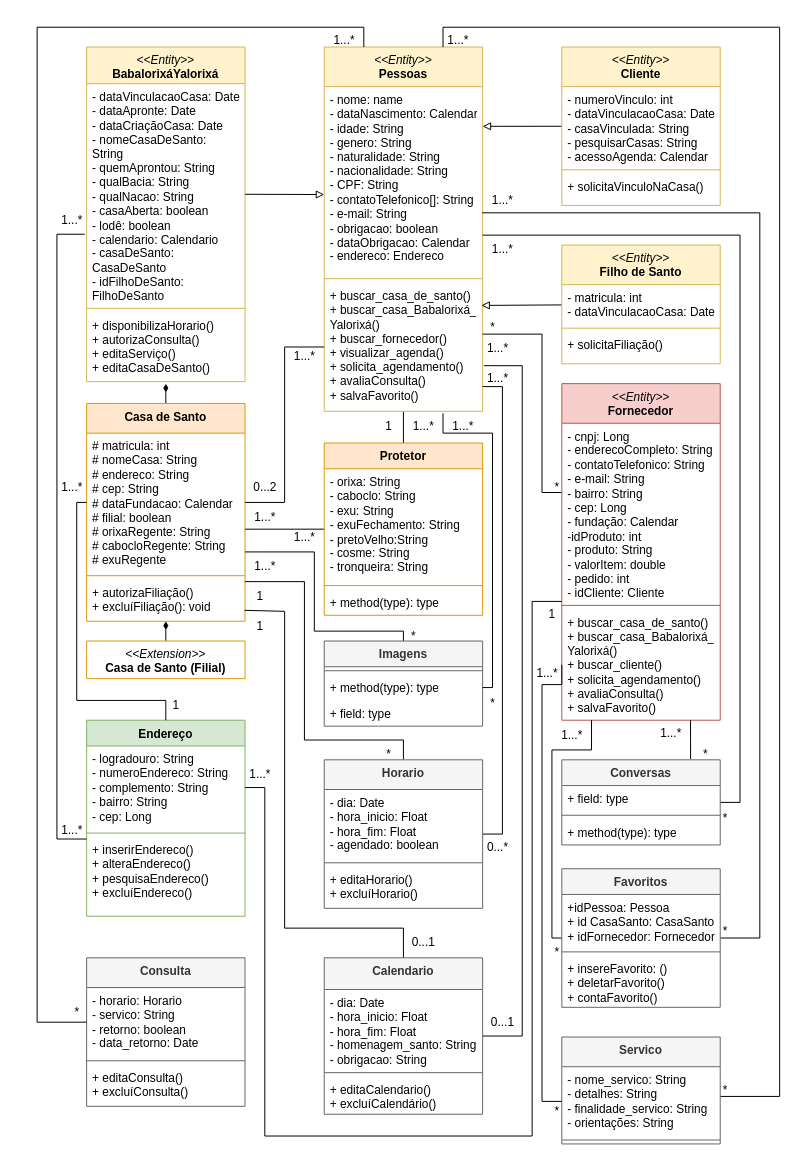
Before: DiagramaDeClasseSarava.drawio in AlexCarvalhovisk/sarava, a draw.io diagram. Source tidied: cells renumbered, new cells numbered last; positions are measured from the earlier drawing's top-left corner, leaving out a move shared by most shapes. Both pictures are drawn from the tidied source at 99%, with x=0, y=0 at pixel (37, 25).
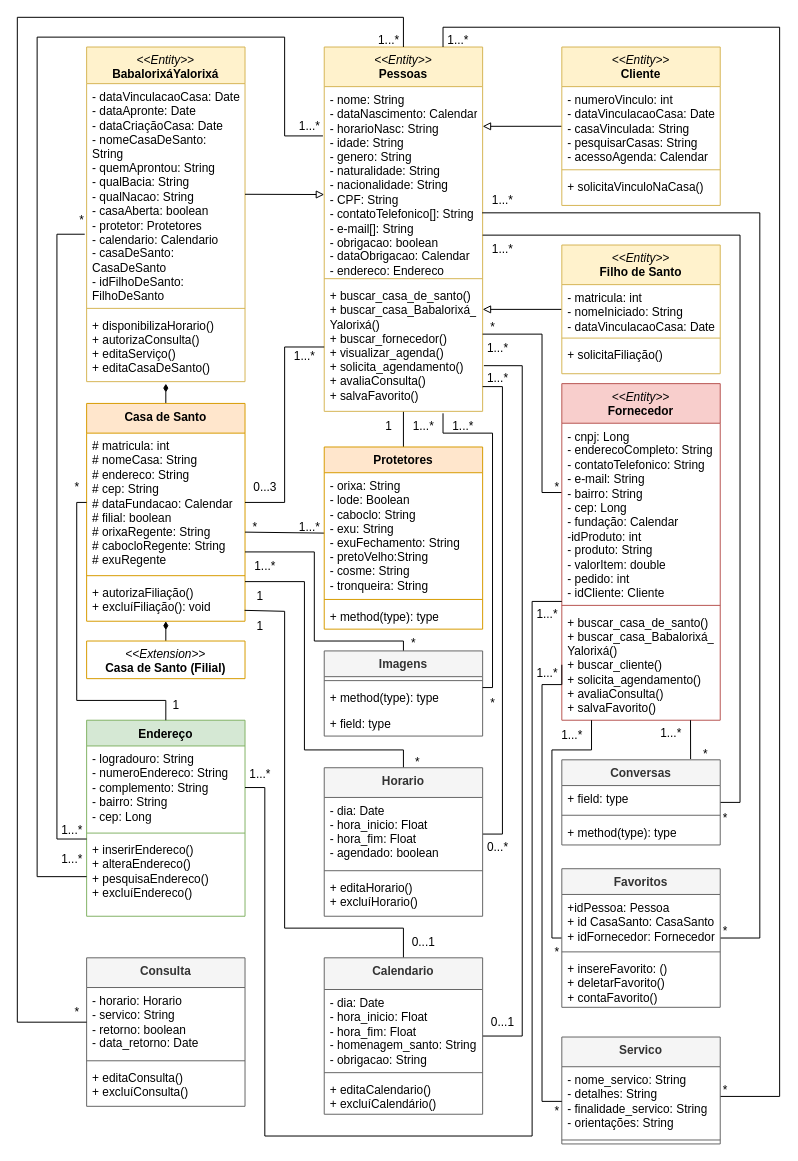
The same diagram, later.

The change refers to these unchanged cells:
```xml
<mxCell id="3" value="&lt;i style=&quot;border-color: var(--border-color); font-weight: 400;&quot;&gt;&amp;lt;&amp;lt;Entity&amp;gt;&amp;gt;&lt;/i&gt;&lt;br&gt;Pessoas" style="swimlane;fontStyle=1;align=center;verticalAlign=top;horizontal=1;startSize=40;whiteSpace=wrap;html=1;fillColor=#fff2cc;strokeColor=#d6b656;" parent="1" vertex="1">
  <mxGeometry x="290" y="22" width="160" height="368" as="geometry" />
</mxCell>
<mxCell id="6" value="+ buscar_casa_de_santo()&lt;br&gt;+ buscar_casa_Babalorixá_&lt;br&gt;Yalorixá()&lt;br&gt;+ buscar_fornecedor()&lt;br&gt;+ visualizar_agenda()&lt;br&gt;+ solicita_agendamento()&lt;br&gt;+ avaliaConsulta()&lt;br&gt;+ salvaFavorito()" style="text;strokeColor=none;fillColor=none;align=left;verticalAlign=top;spacingLeft=4;spacingRight=4;overflow=hidden;points=[[0,0.5],[1,0.5]];portConstraint=eastwest;whiteSpace=wrap;html=1;" parent="3" vertex="1">
  <mxGeometry y="238" width="160" height="130" as="geometry" />
</mxCell>
<mxCell id="22" value="&lt;i style=&quot;font-weight: normal;&quot;&gt;&amp;lt;&amp;lt;Entity&amp;gt;&amp;gt;&lt;br&gt;&lt;/i&gt;BabalorixáYalorixá" style="swimlane;fontStyle=1;align=center;verticalAlign=top;horizontal=1;startSize=37;whiteSpace=wrap;html=1;fillColor=#fff2cc;strokeColor=#d6b656;" parent="1" vertex="1">
  <mxGeometry x="50" y="22" width="160" height="338" as="geometry" />
</mxCell>
<mxCell id="28" value="# matricula: int&lt;br&gt;# nomeCasa: String&lt;br&gt;# endereco: String&lt;br&gt;# cep: String&lt;br&gt;# dataFundacao: Calendar&lt;br&gt;# filial: boolean&lt;br&gt;# orixaRegente: String&lt;br&gt;# cabocloRegente: String&lt;br&gt;# exuRegente" style="text;strokeColor=none;fillColor=none;align=left;verticalAlign=top;spacingLeft=4;spacingRight=4;overflow=hidden;points=[[0,0.5],[1,0.5]];portConstraint=eastwest;whiteSpace=wrap;html=1;" parent="27" vertex="1">
  <mxGeometry y="30" width="160" height="140" as="geometry" />
</mxCell>
<mxCell id="40" value="- horario: Horario&lt;br&gt;- servico: String&lt;br&gt;- retorno: boolean&lt;br&gt;- data_retorno: Date" style="text;strokeColor=none;fillColor=none;align=left;verticalAlign=top;spacingLeft=4;spacingRight=4;overflow=hidden;points=[[0,0.5],[1,0.5]];portConstraint=eastwest;whiteSpace=wrap;html=1;" parent="39" vertex="1">
  <mxGeometry y="30" width="160" height="70" as="geometry" />
</mxCell>
<mxCell id="56" value="+ inserirEndereco()&lt;br&gt;+ alteraEndereco()&lt;br&gt;+ pesquisaEndereco()&lt;br&gt;+ excluíEndereco()" style="text;strokeColor=none;fillColor=none;align=left;verticalAlign=top;spacingLeft=4;spacingRight=4;overflow=hidden;points=[[0,0.5],[1,0.5]];portConstraint=eastwest;whiteSpace=wrap;html=1;" parent="53" vertex="1">
  <mxGeometry y="118" width="160" height="80" as="geometry" />
</mxCell>
```

Diff of the diagram source:
```diff
@@
-    <mxCell id="4" value="- nome: name&lt;br&gt;- dataNascimento: Calendar&lt;br&gt;- idade: String&lt;br&gt;- genero: String&lt;br&gt;- naturalidade: String&lt;br&gt;- nacionalidade: String&lt;br&gt;- CPF: String&lt;br&gt;- contatoTelefonico[]: String&lt;br&gt;- e-mail: String&lt;br&gt;- obrigacao: boolean&lt;br&gt;- dataObrigacao: Calendar&lt;br&gt;- endereco: Endereco" style="text;strokeColor=none;fillColor=none;align=left;verticalAlign=top;spacingLeft=4;spacingRight=4;overflow=hidden;points=[[0,0.5],[1,0.5]];portConstraint=eastwest;whiteSpace=wrap;html=1;" parent="3" vertex="1">
+    <mxCell id="4" value="- nome: String&lt;br&gt;- dataNascimento: Calendar&lt;br&gt;- horarioNasc: String&lt;br&gt;- idade: String&lt;br&gt;- genero: String&lt;br&gt;- naturalidade: String&lt;br&gt;- nacionalidade: String&lt;br&gt;- CPF: String&lt;br&gt;- contatoTelefonico[]: String&lt;br&gt;- e-mail[]: String&lt;br&gt;- obrigacao: boolean&lt;br&gt;- dataObrigacao: Calendar&lt;br&gt;- endereco: Endereco" style="text;strokeColor=none;fillColor=none;align=left;verticalAlign=top;spacingLeft=4;spacingRight=4;overflow=hidden;points=[[0,0.5],[1,0.5]];portConstraint=eastwest;whiteSpace=wrap;html=1;" parent="3" vertex="1">
       <mxGeometry y="40" width="160" height="190" as="geometry" />
     </mxCell>
@@
-    <mxCell id="7" style="rounded=0;jettySize=auto;html=1;endArrow=block;endFill=0;entryX=0.992;entryY=0.177;entryDx=0;entryDy=0;entryPerimeter=0;" parent="1" edge="1" source="8" target="6">
-      <mxGeometry relative="1" as="geometry" />
+    <mxCell id="7" style="rounded=0;jettySize=auto;html=1;endArrow=block;endFill=0;" parent="1" edge="1" source="8">
+      <mxGeometry relative="1" as="geometry">
+        <mxPoint x="450" y="287" as="targetPoint" />
+      </mxGeometry>
     </mxCell>
     <mxCell id="8" value="&lt;i style=&quot;border-color: var(--border-color); font-weight: 400;&quot;&gt;&amp;lt;&amp;lt;Entity&amp;gt;&amp;gt;&lt;/i&gt;&lt;br&gt;Filho de Santo" style="swimlane;fontStyle=1;align=center;verticalAlign=top;horizontal=1;startSize=40;whiteSpace=wrap;html=1;fillColor=#fff2cc;strokeColor=#d6b656;" parent="1" vertex="1">
-      <mxGeometry x="530" y="222" width="160" height="120" as="geometry" />
+      <mxGeometry x="530" y="222" width="160" height="130" as="geometry" />
     </mxCell>
-    <mxCell id="9" value="- matricula: int&lt;br&gt;- dataVinculacaoCasa: Date" style="text;strokeColor=none;fillColor=none;align=left;verticalAlign=top;spacingLeft=4;spacingRight=4;overflow=hidden;whiteSpace=wrap;html=1;" parent="8" vertex="1">
-      <mxGeometry y="40" width="160" height="40" as="geometry" />
+    <mxCell id="9" value="- matricula: int&lt;br&gt;- nomeIniciado: String&lt;br style=&quot;border-color: var(--border-color);&quot;&gt;- dataVinculacaoCasa: Date" style="text;strokeColor=none;fillColor=none;align=left;verticalAlign=top;spacingLeft=4;spacingRight=4;overflow=hidden;whiteSpace=wrap;html=1;" parent="8" vertex="1">
+      <mxGeometry y="40" width="160" height="50" as="geometry" />
     </mxCell>
     <mxCell id="10" style="line;strokeWidth=1;fillColor=none;align=left;verticalAlign=middle;spacingTop=-1;spacingLeft=3;spacingRight=3;labelPosition=right;strokeColor=inherit;" parent="8" vertex="1">
-      <mxGeometry y="80" width="160" height="8" as="geometry" />
+      <mxGeometry y="90" width="160" height="8" as="geometry" />
     </mxCell>
     <mxCell id="11" value="+ solicitaFiliação()" style="text;strokeColor=none;fillColor=none;align=left;verticalAlign=top;spacingLeft=4;spacingRight=4;overflow=hidden;whiteSpace=wrap;html=1;" parent="8" vertex="1">
-      <mxGeometry y="88" width="160" height="32" as="geometry" />
+      <mxGeometry y="98" width="160" height="32" as="geometry" />
     </mxCell>
@@
-    <mxCell id="23" value="- dataVinculacaoCasa: Date&lt;br style=&quot;border-color: var(--border-color);&quot;&gt;- dataApronte: Date&lt;br&gt;- dataCriaçãoCasa: Date&lt;br&gt;- nomeCasaDeSanto: String&lt;br&gt;- quemAprontou: String&lt;br&gt;- qualBacia: String&lt;br&gt;- qualNacao: String&lt;br&gt;- casaAberta: boolean&lt;br&gt;- lodê: boolean&lt;br&gt;- calendario: Calendario&lt;br&gt;- casaDeSanto: CasaDeSanto&lt;br&gt;- idFilhoDeSanto: FilhoDeSanto" style="text;strokeColor=none;fillColor=none;align=left;verticalAlign=top;spacingLeft=4;spacingRight=4;overflow=hidden;points=[[0,0.5],[1,0.5]];portConstraint=eastwest;whiteSpace=wrap;html=1;" parent="22" vertex="1">
+    <mxCell id="23" value="- dataVinculacaoCasa: Date&lt;br style=&quot;border-color: var(--border-color);&quot;&gt;- dataApronte: Date&lt;br&gt;- dataCriaçãoCasa: Date&lt;br&gt;- nomeCasaDeSanto: String&lt;br&gt;- quemAprontou: String&lt;br&gt;- qualBacia: String&lt;br&gt;- qualNacao: String&lt;br&gt;- casaAberta: boolean&lt;br&gt;- protetor: Protetores&lt;br&gt;- calendario: Calendario&lt;br&gt;- casaDeSanto: CasaDeSanto&lt;br&gt;- idFilhoDeSanto: FilhoDeSanto" style="text;strokeColor=none;fillColor=none;align=left;verticalAlign=top;spacingLeft=4;spacingRight=4;overflow=hidden;points=[[0,0.5],[1,0.5]];portConstraint=eastwest;whiteSpace=wrap;html=1;" parent="22" vertex="1">
       <mxGeometry y="37" width="160" height="223" as="geometry" />
     </mxCell>
@@
     <mxCell id="33" style="edgeStyle=orthogonalEdgeStyle;rounded=0;jettySize=auto;html=1;endArrow=none;endFill=0;exitX=0.5;exitY=0;exitDx=0;exitDy=0;" parent="1" edge="1" source="35">
       <mxGeometry relative="1" as="geometry">
         <mxPoint x="210" y="562" as="targetPoint" />
         <Array as="points">
-          <mxPoint x="370" y="722" />
-          <mxPoint x="270" y="722" />
+          <mxPoint x="370" y="732" />
+          <mxPoint x="270" y="732" />
           <mxPoint x="270" y="562" />
         </Array>
       </mxGeometry>
     </mxCell>
@@
     <mxCell id="35" value="Horario" style="swimlane;fontStyle=1;align=center;verticalAlign=top;horizontal=1;startSize=30;whiteSpace=wrap;html=1;fillColor=#f5f5f5;fontColor=#333333;strokeColor=#666666;" parent="1" vertex="1">
-      <mxGeometry x="290" y="742" width="160" height="150" as="geometry" />
+      <mxGeometry x="290" y="750" width="160" height="150" as="geometry" />
     </mxCell>
@@
-    <mxCell id="57" style="rounded=0;jettySize=auto;html=1;endArrow=none;endFill=0;entryX=1;entryY=0.693;entryDx=0;entryDy=0;entryPerimeter=0;" parent="1" edge="1" source="58" target="28">
-      <mxGeometry relative="1" as="geometry" />
+    <mxCell id="57" style="rounded=0;jettySize=auto;html=1;endArrow=none;endFill=0;" parent="1" edge="1" source="59">
+      <mxGeometry relative="1" as="geometry">
+        <mxPoint x="210" y="512" as="targetPoint" />
+      </mxGeometry>
     </mxCell>
-    <mxCell id="58" value="Protetor" style="swimlane;fontStyle=1;align=center;verticalAlign=top;horizontal=1;startSize=26;whiteSpace=wrap;html=1;fillColor=#ffe6cc;strokeColor=#d79b00;" parent="1" vertex="1">
-      <mxGeometry x="290" y="422" width="160" height="174" as="geometry" />
+    <mxCell id="58" value="Protetores" style="swimlane;fontStyle=1;align=center;verticalAlign=top;horizontal=1;startSize=26;whiteSpace=wrap;html=1;fillColor=#ffe6cc;strokeColor=#d79b00;" parent="1" vertex="1">
+      <mxGeometry x="290" y="426" width="160" height="184" as="geometry" />
     </mxCell>
-    <mxCell id="59" value="- orixa: String&lt;br style=&quot;border-color: var(--border-color);&quot;&gt;- caboclo: String&lt;br style=&quot;border-color: var(--border-color);&quot;&gt;- exu: String&lt;br style=&quot;border-color: var(--border-color);&quot;&gt;- exuFechamento: String&lt;br style=&quot;border-color: var(--border-color);&quot;&gt;- pretoVelho:String&lt;br style=&quot;border-color: var(--border-color);&quot;&gt;- cosme: String&lt;br style=&quot;border-color: var(--border-color);&quot;&gt;- tronqueira: String" style="text;strokeColor=none;fillColor=none;align=left;verticalAlign=top;spacingLeft=4;spacingRight=4;overflow=hidden;points=[[0,0.5],[1,0.5]];portConstraint=eastwest;whiteSpace=wrap;html=1;" parent="58" vertex="1">
-      <mxGeometry y="26" width="160" height="114" as="geometry" />
+    <mxCell id="59" value="- orixa: String&lt;br&gt;- lode: Boolean&lt;br style=&quot;border-color: var(--border-color);&quot;&gt;- caboclo: String&lt;br style=&quot;border-color: var(--border-color);&quot;&gt;- exu: String&lt;br style=&quot;border-color: var(--border-color);&quot;&gt;- exuFechamento: String&lt;br style=&quot;border-color: var(--border-color);&quot;&gt;- pretoVelho:String&lt;br style=&quot;border-color: var(--border-color);&quot;&gt;- cosme: String&lt;br style=&quot;border-color: var(--border-color);&quot;&gt;- tronqueira: String" style="text;strokeColor=none;fillColor=none;align=left;verticalAlign=top;spacingLeft=4;spacingRight=4;overflow=hidden;points=[[0,0.5],[1,0.5]];portConstraint=eastwest;whiteSpace=wrap;html=1;" parent="58" vertex="1">
+      <mxGeometry y="26" width="160" height="124" as="geometry" />
     </mxCell>
     <mxCell id="60" style="line;strokeWidth=1;fillColor=none;align=left;verticalAlign=middle;spacingTop=-1;spacingLeft=3;spacingRight=3;labelPosition=right;strokeColor=inherit;" parent="58" vertex="1">
-      <mxGeometry y="140" width="160" height="8" as="geometry" />
+      <mxGeometry y="150" width="160" height="8" as="geometry" />
     </mxCell>
     <mxCell id="61" value="+ method(type): type" style="text;strokeColor=none;fillColor=none;align=left;verticalAlign=top;spacingLeft=4;spacingRight=4;overflow=hidden;whiteSpace=wrap;html=1;" parent="58" vertex="1">
-      <mxGeometry y="148" width="160" height="26" as="geometry" />
+      <mxGeometry y="158" width="160" height="26" as="geometry" />
     </mxCell>
@@
     <mxCell id="74" style="edgeStyle=orthogonalEdgeStyle;rounded=0;jettySize=auto;html=1;endArrow=none;endFill=0;" parent="1" edge="1" source="75" target="28">
       <mxGeometry relative="1" as="geometry">
         <Array as="points">
-          <mxPoint x="370" y="612" />
-          <mxPoint x="280" y="612" />
+          <mxPoint x="370" y="622" />
+          <mxPoint x="280" y="622" />
           <mxPoint x="280" y="532" />
         </Array>
       </mxGeometry>
     </mxCell>
     <mxCell id="75" value="Imagens" style="swimlane;fontStyle=1;align=center;verticalAlign=top;horizontal=1;startSize=26;whiteSpace=wrap;html=1;fillColor=#f5f5f5;fontColor=#333333;strokeColor=#666666;" parent="1" vertex="1">
-      <mxGeometry x="290" y="622" width="160" height="86" as="geometry" />
+      <mxGeometry x="290" y="632" width="160" height="86" as="geometry" />
     </mxCell>
@@
     <mxCell id="91" style="edgeStyle=orthogonalEdgeStyle;rounded=0;jettySize=auto;html=1;endArrow=none;endFill=0;" parent="1" edge="1" source="40">
       <mxGeometry relative="1" as="geometry">
-        <mxPoint x="330" y="22" as="targetPoint" />
+        <mxPoint x="370" y="22" as="targetPoint" />
         <Array as="points">
-          <mxPoint y="1007" />
-          <mxPoint y="2" />
-          <mxPoint x="330" y="2" />
-          <mxPoint x="330" y="22" />
+          <mxPoint x="-20" y="1007" />
+          <mxPoint x="-20" y="-8" />
+          <mxPoint x="370" y="-8" />
         </Array>
       </mxGeometry>
     </mxCell>
@@
     <mxCell id="93" value="1...*" style="text;html=1;align=center;verticalAlign=middle;strokeColor=none;fillColor=none;" parent="1" vertex="1">
-      <mxGeometry x="290" width="40" height="30" as="geometry" />
+      <mxGeometry x="335" width="40" height="30" as="geometry" />
     </mxCell>
@@
-    <mxCell id="95" value="1...*" style="text;html=1;align=center;verticalAlign=middle;strokeColor=none;fillColor=none;" parent="1" vertex="1">
-      <mxGeometry x="15" y="182" width="40" height="30" as="geometry" />
+    <mxCell id="95" value="*" style="text;html=1;align=center;verticalAlign=middle;strokeColor=none;fillColor=none;" parent="1" vertex="1">
+      <mxGeometry x="30" y="182" width="30" height="30" as="geometry" />
     </mxCell>
@@
-    <mxCell id="97" value="1...*" style="text;html=1;align=center;verticalAlign=middle;strokeColor=none;fillColor=none;" parent="1" vertex="1">
-      <mxGeometry x="15" y="452" width="40" height="30" as="geometry" />
+    <mxCell id="97" value="*" style="text;html=1;align=center;verticalAlign=middle;strokeColor=none;fillColor=none;" parent="1" vertex="1">
+      <mxGeometry x="25" y="452" width="30" height="30" as="geometry" />
     </mxCell>
@@
-    <mxCell id="99" value="1" style="text;html=1;align=center;verticalAlign=middle;strokeColor=none;fillColor=none;" parent="1" vertex="1">
-      <mxGeometry x="505" y="580" width="30" height="30" as="geometry" />
+    <mxCell id="99" value="1...*" style="text;html=1;align=center;verticalAlign=middle;strokeColor=none;fillColor=none;" parent="1" vertex="1">
+      <mxGeometry x="495" y="580" width="40" height="30" as="geometry" />
     </mxCell>
@@
     <mxCell id="101" value="*" style="text;html=1;align=center;verticalAlign=middle;strokeColor=none;fillColor=none;" parent="1" vertex="1">
-      <mxGeometry x="365" y="602" width="30" height="30" as="geometry" />
+      <mxGeometry x="365" y="610" width="30" height="30" as="geometry" />
     </mxCell>
@@
     <mxCell id="103" value="*" style="text;html=1;align=center;verticalAlign=middle;strokeColor=none;fillColor=none;" parent="1" vertex="1">
-      <mxGeometry x="340" y="722" width="30" height="30" as="geometry" />
+      <mxGeometry x="368.5" y="730" width="30" height="30" as="geometry" />
     </mxCell>
@@
-    <mxCell id="109" value="0...2" style="text;html=1;align=center;verticalAlign=middle;strokeColor=none;fillColor=none;" parent="1" vertex="1">
+    <mxCell id="109" value="0...3" style="text;html=1;align=center;verticalAlign=middle;strokeColor=none;fillColor=none;" parent="1" vertex="1">
       <mxGeometry x="205" y="452" width="50" height="30" as="geometry" />
     </mxCell>
@@
-    <mxCell id="120" value="1...*" style="text;html=1;align=center;verticalAlign=middle;strokeColor=none;fillColor=none;" parent="1" vertex="1">
-      <mxGeometry x="210" y="482" width="40" height="30" as="geometry" />
-    </mxCell>
     <mxCell id="121" value="1...*" style="text;html=1;align=center;verticalAlign=middle;strokeColor=none;fillColor=none;" parent="1" vertex="1">
-      <mxGeometry x="250" y="502" width="40" height="30" as="geometry" />
+      <mxGeometry x="255" y="492" width="40" height="30" as="geometry" />
     </mxCell>
@@
+    <mxCell id="127" value="*" style="text;html=1;align=center;verticalAlign=middle;strokeColor=none;fillColor=none;" parent="1" vertex="1">
+      <mxGeometry x="205" y="492" width="30" height="30" as="geometry" />
+    </mxCell>
+    <mxCell id="128" style="edgeStyle=orthogonalEdgeStyle;rounded=0;jettySize=auto;html=1;entryX=-0.008;entryY=0.262;entryDx=0;entryDy=0;entryPerimeter=0;endArrow=none;endFill=0;" parent="1" edge="1" source="56" target="4">
+      <mxGeometry relative="1" as="geometry">
+        <Array as="points">
+          <mxPoint y="860" />
+          <mxPoint y="12" />
+          <mxPoint x="250" y="12" />
+          <mxPoint x="250" y="112" />
+        </Array>
+      </mxGeometry>
+    </mxCell>
+    <mxCell id="129" value="1...*" style="text;html=1;align=center;verticalAlign=middle;strokeColor=none;fillColor=none;" parent="1" vertex="1">
+      <mxGeometry x="15" y="828" width="40" height="30" as="geometry" />
+    </mxCell>
+    <mxCell id="130" value="1...*" style="text;html=1;align=center;verticalAlign=middle;strokeColor=none;fillColor=none;" parent="1" vertex="1">
+      <mxGeometry x="255" y="87" width="40" height="30" as="geometry" />
+    </mxCell>
```
